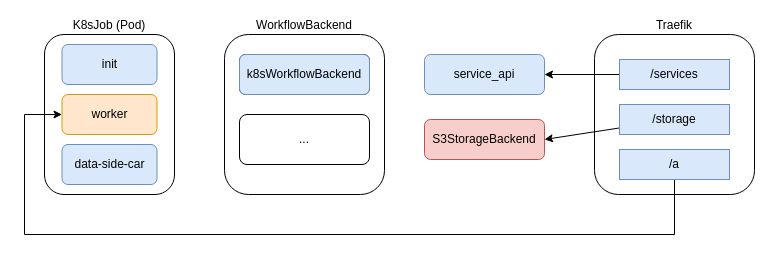
Before: page "workflow-api" (1 of 3) of docs/middlelayer-service-api.drawio in reisman234/workflow-api, a draw.io diagram. Source tidied: cells renumbered, new cells numbered last; positions are measured from the earlier drawing's top-left corner, leaving out a move shared by most shapes. Both pictures are drawn from the tidied source at 100%, with x=0, y=0 at pixel (24, 34).
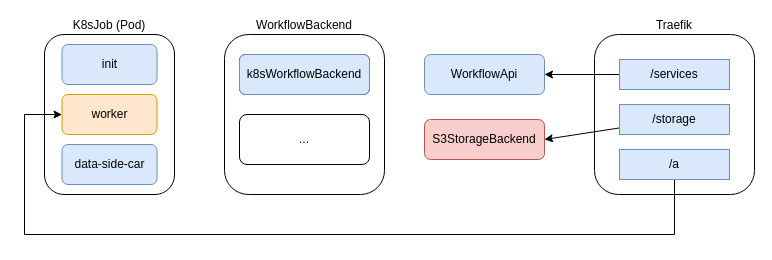
The same diagram, later.

The edit, as a diff of the source:
```diff
@@
-    <mxCell id="4" value="service_api" style="rounded=1;whiteSpace=wrap;html=1;fillColor=#dae8fc;strokeColor=#6c8ebf;" parent="1" vertex="1">
+    <mxCell id="4" value="WorkflowApi" style="rounded=1;whiteSpace=wrap;html=1;fillColor=#dae8fc;strokeColor=#6c8ebf;" parent="1" vertex="1">
       <mxGeometry x="400" y="20" width="120" height="40" as="geometry" />
     </mxCell>
```
